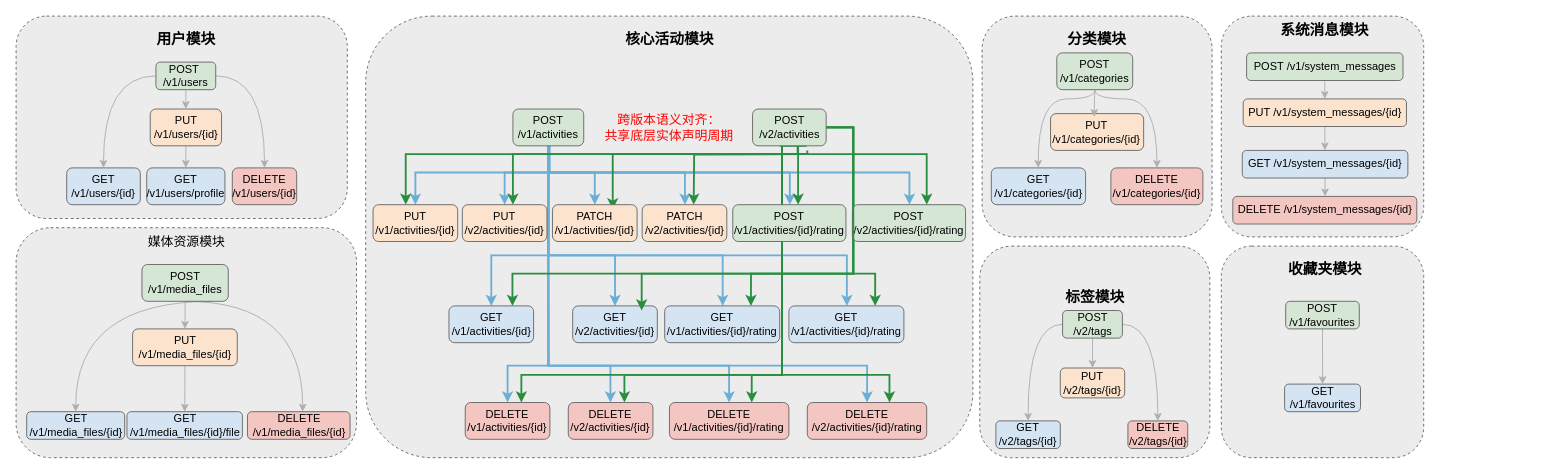
The draw.io diagram Scout-API.drawio in beizhu0727/article, before the edit. Source tidied: cells renumbered, new cells numbered last; positions are measured from the earlier drawing's top-left corner, leaving out a move shared by most shapes. Both pictures are drawn from the tidied source at 92%, with x=0, y=0 at pixel (16, 16).
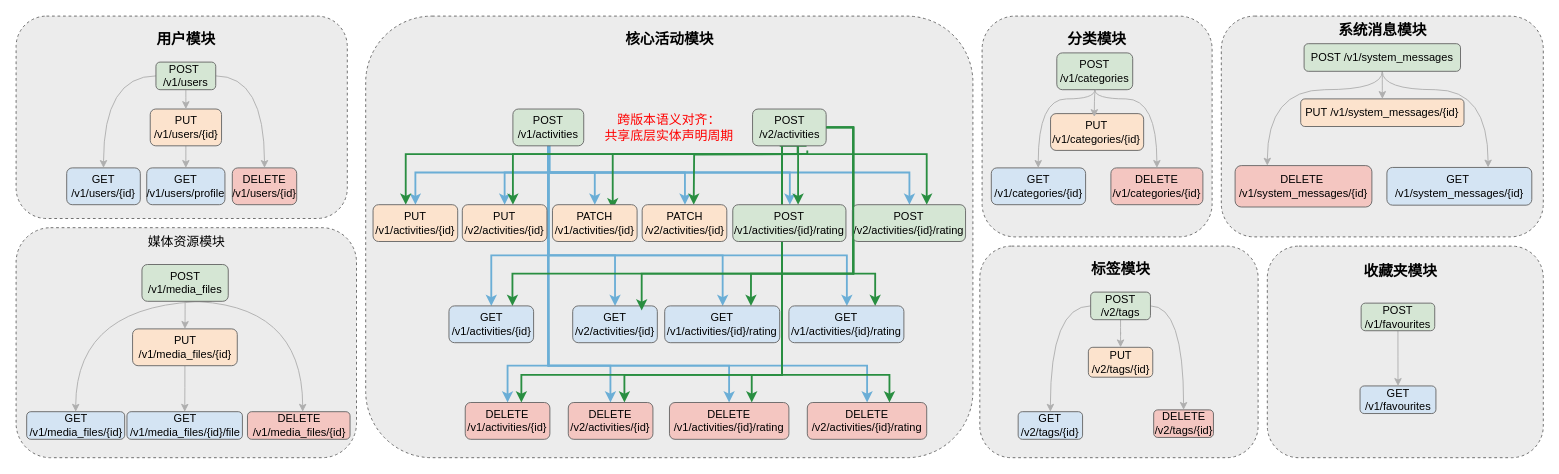
After the change.

What changed in the source:
```diff
@@
     <mxCell id="6" style="rounded=1;whiteSpace=wrap;html=1;dashed=1;fillColor=light-dark(#ececec, #ededed);strokeColor=light-dark(#676767,#EDEDED);" parent="1" vertex="1">
-      <mxGeometry x="1047.5" y="250" width="250" height="230" as="geometry" />
+      <mxGeometry x="1047.5" y="250" width="302.5" height="230" as="geometry" />
     </mxCell>
     <mxCell id="7" style="rounded=1;whiteSpace=wrap;html=1;dashed=1;fillColor=light-dark(#ececec, #ededed);strokeColor=light-dark(#676767,#EDEDED);" parent="1" vertex="1">
-      <mxGeometry x="1310" width="220" height="240" as="geometry" />
+      <mxGeometry x="1310" width="350" height="240" as="geometry" />
     </mxCell>
     <mxCell id="8" style="rounded=1;whiteSpace=wrap;html=1;dashed=1;fillColor=light-dark(#ececec, #ededed);strokeColor=light-dark(#676767,#EDEDED);" parent="1" vertex="1">
-      <mxGeometry x="1310" y="250" width="220" height="230" as="geometry" />
+      <mxGeometry x="1360" y="250" width="300" height="230" as="geometry" />
     </mxCell>
@@
     <mxCell id="13" value="&lt;font style=&quot;font-size: 16px;&quot;&gt;&lt;b&gt;标签模块&lt;/b&gt;&lt;/font&gt;" style="text;html=1;whiteSpace=wrap;strokeColor=none;fillColor=none;align=center;verticalAlign=middle;rounded=0;" parent="1" vertex="1">
-      <mxGeometry x="1127.5" y="290" width="90" height="30" as="geometry" />
+      <mxGeometry x="1155.5" y="260" width="90" height="30" as="geometry" />
     </mxCell>
     <mxCell id="14" value="&lt;font style=&quot;font-size: 16px;&quot;&gt;&lt;b&gt;系统消息模块&lt;/b&gt;&lt;/font&gt;" style="text;html=1;whiteSpace=wrap;strokeColor=none;fillColor=none;align=center;verticalAlign=middle;rounded=0;" parent="1" vertex="1">
-      <mxGeometry x="1371.3" width="102.5" height="30" as="geometry" />
+      <mxGeometry x="1433.8" width="102.5" height="30" as="geometry" />
     </mxCell>
     <mxCell id="15" value="&lt;font style=&quot;font-size: 16px;&quot;&gt;&lt;b&gt;收藏夹模块&lt;/b&gt;&lt;/font&gt;" style="text;html=1;whiteSpace=wrap;strokeColor=none;fillColor=none;align=center;verticalAlign=middle;rounded=0;" parent="1" vertex="1">
-      <mxGeometry x="1377.5" y="260" width="90" height="30" as="geometry" />
+      <mxGeometry x="1459.5" y="262" width="90" height="30" as="geometry" />
     </mxCell>
@@
     <mxCell id="60" value="POST /v2/tags" style="rounded=1;whiteSpace=wrap;html=1;strokeColor=light-dark(#676767,#EDEDED);fillColor=light-dark(#d5e6d4, #ededed);" parent="1" vertex="1">
-      <mxGeometry x="1137.5" y="320" width="65" height="30" as="geometry" />
+      <mxGeometry x="1168" y="300" width="65" height="30" as="geometry" />
     </mxCell>
@@
+    <mxCell id="103" style="edgeStyle=orthogonalEdgeStyle;rounded=0;jettySize=auto;html=1;strokeColor=#AFAFAF;align=center;verticalAlign=middle;fontFamily=Helvetica;fontSize=11;fontColor=default;labelBackgroundColor=default;endArrow=classic;curved=1;" parent="1" edge="1" source="62" target="92">
+      <mxGeometry relative="1" as="geometry">
+        <Array as="points">
+          <mxPoint x="1485" y="80" />
+          <mxPoint x="1360" y="80" />
+        </Array>
+      </mxGeometry>
+    </mxCell>
+    <mxCell id="104" style="edgeStyle=orthogonalEdgeStyle;rounded=0;jettySize=auto;html=1;strokeColor=#AFAFAF;align=center;verticalAlign=middle;fontFamily=Helvetica;fontSize=11;fontColor=default;labelBackgroundColor=default;endArrow=classic;curved=1;" parent="1" edge="1" source="62" target="85">
+      <mxGeometry relative="1" as="geometry">
+        <Array as="points">
+          <mxPoint x="1485" y="80" />
+          <mxPoint x="1600" y="80" />
+        </Array>
+      </mxGeometry>
+    </mxCell>
     <mxCell id="62" value="POST /v1/system_messages" style="rounded=1;whiteSpace=wrap;html=1;strokeColor=light-dark(#676767,#EDEDED);fillColor=light-dark(#d5e6d4, #ededed);" parent="1" vertex="1">
-      <mxGeometry x="1337.5" y="40" width="170" height="30" as="geometry" />
+      <mxGeometry x="1400" y="30" width="170" height="30" as="geometry" />
     </mxCell>
@@
     <mxCell id="64" value="POST /v1/favourites" style="rounded=1;whiteSpace=wrap;html=1;strokeColor=light-dark(#676767,#EDEDED);fillColor=light-dark(#d5e6d4, #ededed);" parent="1" vertex="1">
-      <mxGeometry x="1380" y="310" width="80" height="30" as="geometry" />
+      <mxGeometry x="1462" y="312" width="80" height="30" as="geometry" />
     </mxCell>
@@
     <mxCell id="74" value="PUT /v2/tags/{id}" style="rounded=1;whiteSpace=wrap;html=1;strokeColor=light-dark(#676767,#EDEDED);fillColor=light-dark(#fce3cd, #ededed);" parent="1" vertex="1">
-      <mxGeometry x="1135" y="382.5" width="70" height="32.5" as="geometry" />
+      <mxGeometry x="1165.5" y="360" width="70" height="32.5" as="geometry" />
     </mxCell>
-    <mxCell id="75" style="edgeStyle=orthogonalEdgeStyle;rounded=0;jettySize=auto;html=1;strokeColor=#AFAFAF;align=center;verticalAlign=middle;fontFamily=Helvetica;fontSize=11;fontColor=default;labelBackgroundColor=default;endArrow=classic;curved=1;" parent="1" edge="1" source="76" target="85">
-      <mxGeometry relative="1" as="geometry" />
-    </mxCell>
     <mxCell id="76" value="PUT /v1/system_messages/{id}" style="rounded=1;whiteSpace=wrap;html=1;strokeColor=light-dark(#676767,#EDEDED);fillColor=light-dark(#fce3cd, #ededed);" parent="1" vertex="1">
-      <mxGeometry x="1333.8" y="90" width="177.5" height="30" as="geometry" />
+      <mxGeometry x="1396.3" y="90" width="177.5" height="30" as="geometry" />
     </mxCell>
@@
     <mxCell id="83" value="GET /v2/tags/{id}" style="rounded=1;whiteSpace=wrap;html=1;strokeColor=light-dark(#676767,#EDEDED);fillColor=light-dark(#d4e4f3, #ededed);" parent="1" vertex="1">
-      <mxGeometry x="1065" y="440" width="70" height="30" as="geometry" />
+      <mxGeometry x="1089.2" y="430" width="70" height="30" as="geometry" />
     </mxCell>
-    <mxCell id="84" style="edgeStyle=orthogonalEdgeStyle;rounded=0;jettySize=auto;html=1;strokeColor=#AFAFAF;align=center;verticalAlign=middle;fontFamily=Helvetica;fontSize=11;fontColor=default;labelBackgroundColor=default;endArrow=classic;curved=1;" parent="1" edge="1" source="85" target="92">
-      <mxGeometry relative="1" as="geometry" />
-    </mxCell>
-    <mxCell id="85" value="GET /v1/system_messages/{id}" style="rounded=1;whiteSpace=wrap;html=1;strokeColor=light-dark(#676767,#EDEDED);fillColor=light-dark(#d4e4f3, #ededed);" parent="1" vertex="1">
-      <mxGeometry x="1332.8" y="146" width="180" height="30" as="geometry" />
+    <mxCell id="85" value="GET&amp;nbsp;&lt;div&gt;/v1/system_messages/{id}&lt;/div&gt;" style="rounded=1;whiteSpace=wrap;html=1;strokeColor=light-dark(#676767,#EDEDED);fillColor=light-dark(#d4e4f3, #ededed);" parent="1" vertex="1">
+      <mxGeometry x="1490" y="164.5" width="157.5" height="41" as="geometry" />
     </mxCell>
     <mxCell id="86" value="GET /v1/favourites" style="rounded=1;whiteSpace=wrap;html=1;strokeColor=light-dark(#676767,#EDEDED);fillColor=light-dark(#d4e4f3, #ededed);" parent="1" vertex="1">
-      <mxGeometry x="1378.8" y="400" width="82.5" height="30" as="geometry" />
+      <mxGeometry x="1460.8" y="402" width="82.5" height="30" as="geometry" />
     </mxCell>
@@
     <mxCell id="91" value="DELETE /v2/tags/{id}" style="rounded=1;whiteSpace=wrap;html=1;strokeColor=light-dark(#676767,#EDEDED);fillColor=light-dark(#f4c6c1, #ededed);" parent="1" vertex="1">
-      <mxGeometry x="1208.5" y="440" width="65" height="30" as="geometry" />
+      <mxGeometry x="1236.5" y="428" width="65" height="30" as="geometry" />
     </mxCell>
-    <mxCell id="92" value="DELETE /v1/system_messages/{id}" style="rounded=1;whiteSpace=wrap;html=1;strokeColor=light-dark(#676767,#EDEDED);fillColor=light-dark(#f4c6c1, #ededed);" parent="1" vertex="1">
-      <mxGeometry x="1322.5" y="196" width="200" height="30" as="geometry" />
+    <mxCell id="92" value="DELETE&amp;nbsp;&lt;div&gt;/v1/system_messages/{id}&lt;/div&gt;" style="rounded=1;whiteSpace=wrap;html=1;strokeColor=light-dark(#676767,#EDEDED);fillColor=light-dark(#f4c6c1, #ededed);" parent="1" vertex="1">
+      <mxGeometry x="1325" y="162.5" width="148.7" height="45" as="geometry" />
     </mxCell>
```
